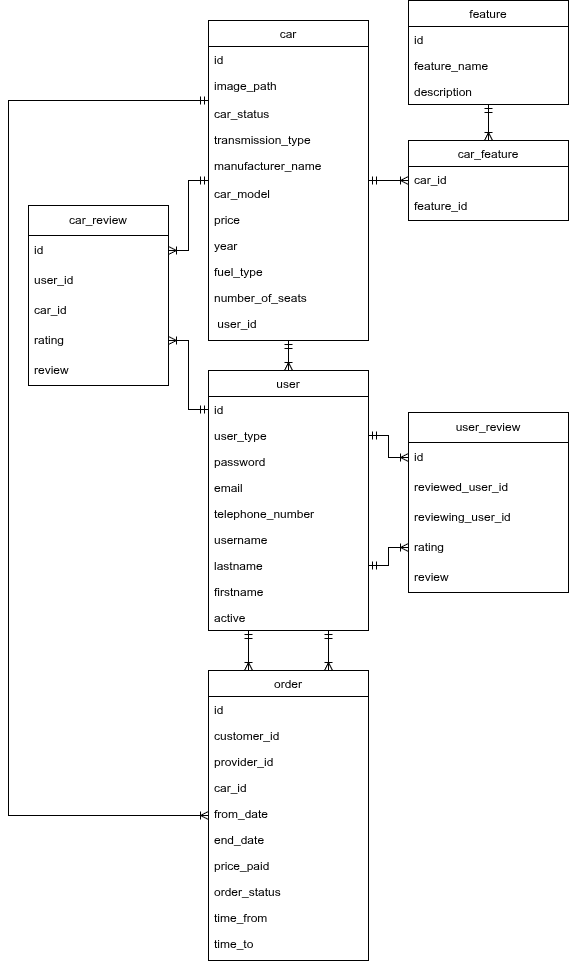
Nezerpz/IDATA2306-Project-2025 keeps this draw.io diagram as Doc/databaseScheme.drawio.png. Above is the earlier version. Source tidied: cells renumbered, new cells last; positions are measured from the earlier drawing's top-left corner, leaving out a move shared by most shapes.
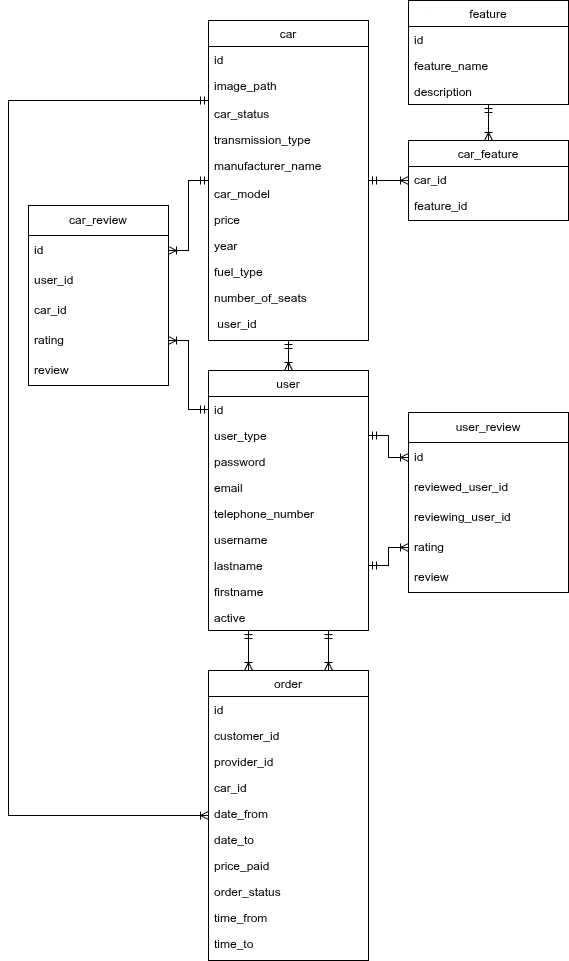
After the change.

Diff of the diagram source:
```diff
@@ -53,10 +53,10 @@
     <mxCell id="18" value="car_id" style="text;align=left;verticalAlign=top;spacingLeft=4;spacingRight=4;overflow=hidden;" parent="14" vertex="1">
       <mxGeometry y="104" width="160" height="26" as="geometry" />
     </mxCell>
-    <mxCell id="19" value="from_date" style="text;align=left;verticalAlign=top;spacingLeft=4;spacingRight=4;overflow=hidden;" parent="14" vertex="1">
+    <mxCell id="19" value="date_from" style="text;align=left;verticalAlign=top;spacingLeft=4;spacingRight=4;overflow=hidden;" parent="14" vertex="1">
       <mxGeometry y="130" width="160" height="26" as="geometry" />
     </mxCell>
-    <mxCell id="20" value="end_date" style="text;align=left;verticalAlign=top;spacingLeft=4;spacingRight=4;overflow=hidden;" parent="14" vertex="1">
+    <mxCell id="20" value="date_to" style="text;align=left;verticalAlign=top;spacingLeft=4;spacingRight=4;overflow=hidden;" parent="14" vertex="1">
       <mxGeometry y="156" width="160" height="26" as="geometry" />
     </mxCell>
     <mxCell id="21" value="price_paid" style="text;align=left;verticalAlign=top;spacingLeft=4;spacingRight=4;overflow=hidden;" parent="14" vertex="1">
```
